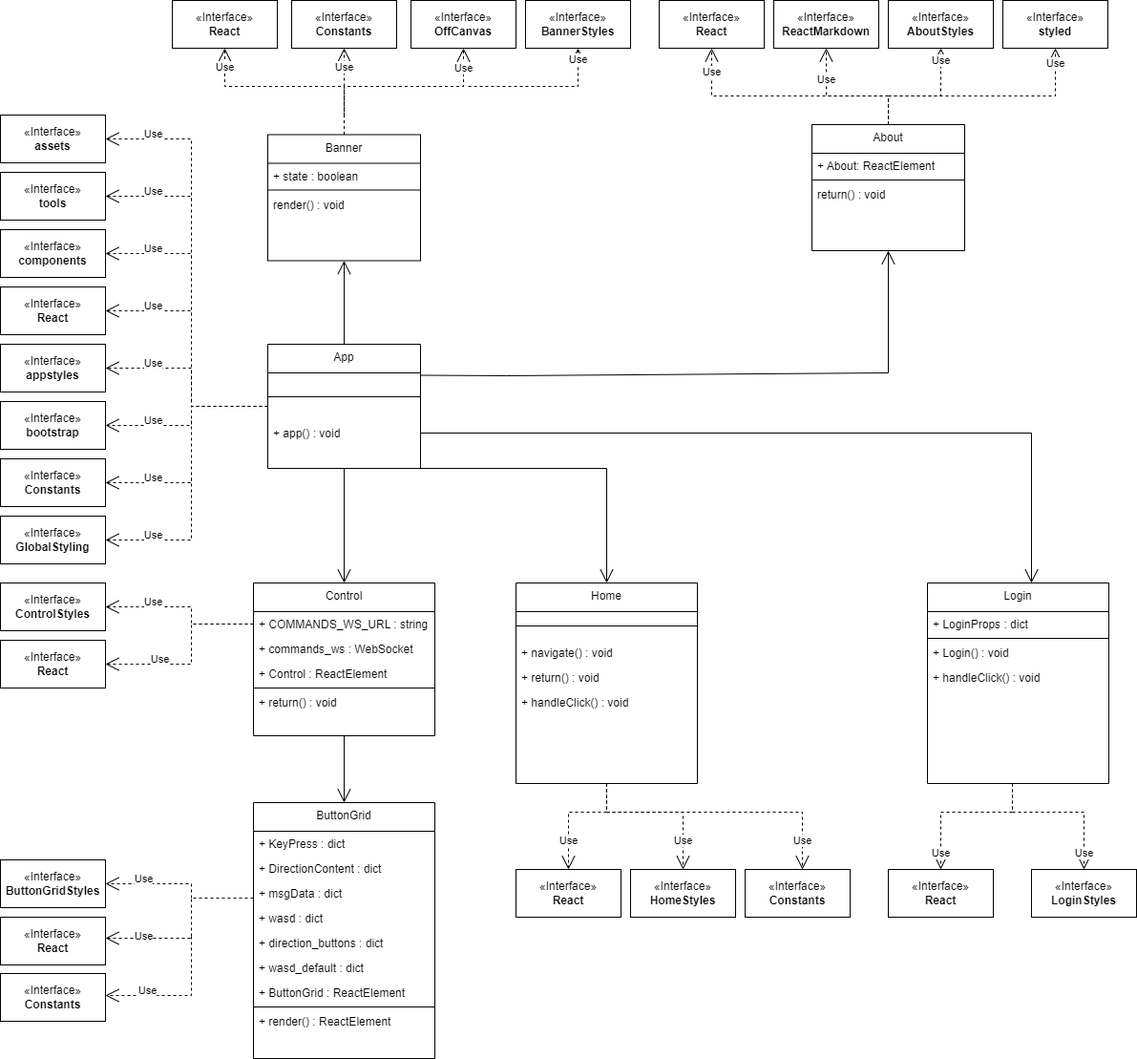
This is documentation/docs/system-architecture/assets/Architecture_TREAD_BOT_WEBSITE.png from Capstone-Projects-2023-Spring/project-robocontrol, a draw.io export, as it was before one commit. Source tidied: cells renumbered, new cells last; positions are measured from the earlier drawing's top-left corner, leaving out a move shared by most shapes.
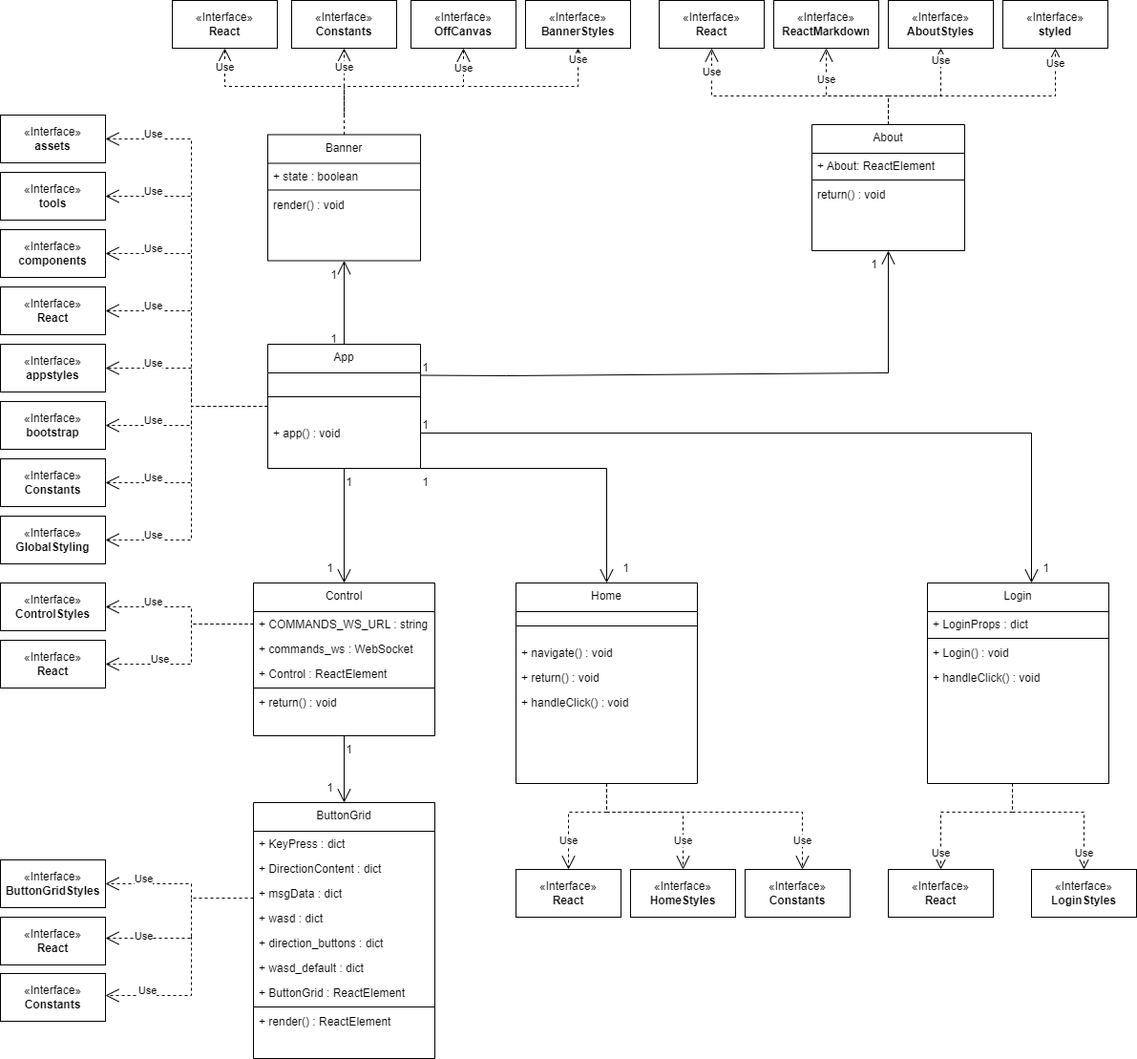
After the change.

Commit message:
Updated images to have same background and numbers

Change to the diagram source:
```diff
@@ -441,5 +441,41 @@
         </Array>
       </mxGeometry>
     </mxCell>
+    <mxCell id="97" value="1" style="text;html=1;align=center;verticalAlign=middle;strokeColor=none;fillColor=none;" parent="1" vertex="1">
+      <mxGeometry x="334" y="340" width="30" height="30" as="geometry" />
+    </mxCell>
+    <mxCell id="98" value="1" style="text;html=1;align=center;verticalAlign=middle;strokeColor=none;fillColor=none;" parent="1" vertex="1">
+      <mxGeometry x="334" y="272.5" width="30" height="30" as="geometry" />
+    </mxCell>
+    <mxCell id="99" value="1" style="text;html=1;align=center;verticalAlign=middle;strokeColor=none;fillColor=none;" parent="1" vertex="1">
+      <mxGeometry x="430" y="370" width="30" height="30" as="geometry" />
+    </mxCell>
+    <mxCell id="100" value="1" style="text;html=1;align=center;verticalAlign=middle;strokeColor=none;fillColor=none;" parent="1" vertex="1">
+      <mxGeometry x="900" y="262" width="30" height="30" as="geometry" />
+    </mxCell>
+    <mxCell id="101" value="1" style="text;html=1;align=center;verticalAlign=middle;strokeColor=none;fillColor=none;" parent="1" vertex="1">
+      <mxGeometry x="430" y="430" width="30" height="30" as="geometry" />
+    </mxCell>
+    <mxCell id="102" value="1" style="text;html=1;align=center;verticalAlign=middle;strokeColor=none;fillColor=none;" parent="1" vertex="1">
+      <mxGeometry x="1080" y="580" width="30" height="30" as="geometry" />
+    </mxCell>
+    <mxCell id="103" value="1" style="text;html=1;align=center;verticalAlign=middle;strokeColor=none;fillColor=none;" parent="1" vertex="1">
+      <mxGeometry x="430" y="490" width="30" height="30" as="geometry" />
+    </mxCell>
+    <mxCell id="104" value="1" style="text;html=1;align=center;verticalAlign=middle;strokeColor=none;fillColor=none;" parent="1" vertex="1">
+      <mxGeometry x="640" y="580" width="30" height="30" as="geometry" />
+    </mxCell>
+    <mxCell id="105" value="1" style="text;html=1;align=center;verticalAlign=middle;strokeColor=none;fillColor=none;" parent="1" vertex="1">
+      <mxGeometry x="350" y="490" width="30" height="30" as="geometry" />
+    </mxCell>
+    <mxCell id="106" value="1" style="text;html=1;align=center;verticalAlign=middle;strokeColor=none;fillColor=none;" parent="1" vertex="1">
+      <mxGeometry x="330" y="580" width="30" height="30" as="geometry" />
+    </mxCell>
+    <mxCell id="107" value="1" style="text;html=1;align=center;verticalAlign=middle;strokeColor=none;fillColor=none;" parent="1" vertex="1">
+      <mxGeometry x="350" y="770" width="30" height="30" as="geometry" />
+    </mxCell>
+    <mxCell id="108" value="1" style="text;html=1;align=center;verticalAlign=middle;strokeColor=none;fillColor=none;" parent="1" vertex="1">
+      <mxGeometry x="330" y="810" width="30" height="30" as="geometry" />
+    </mxCell>
   </root>
 </mxGraphModel>
```
